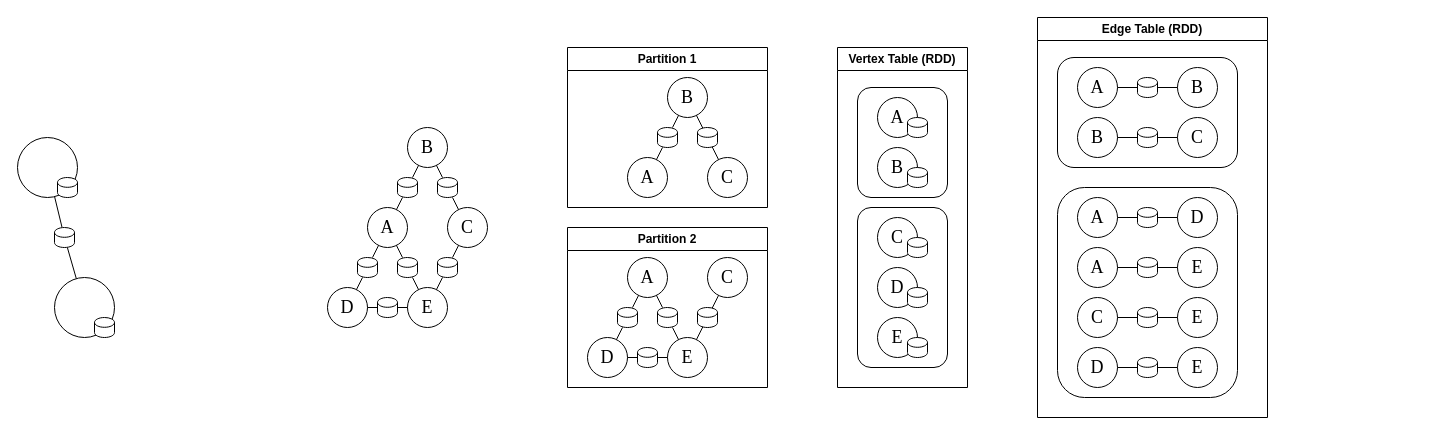
OneOverThree/PastryTest keeps this draw.io diagram as GraphProcessing.drawio. Above is the earlier version. Source tidied: cells renumbered, new cells numbered last; positions are measured from the earlier drawing's top-left corner, leaving out a move shared by most shapes. Both pictures are drawn from the tidied source at 100%, with x=0, y=0 at pixel (17, 17).
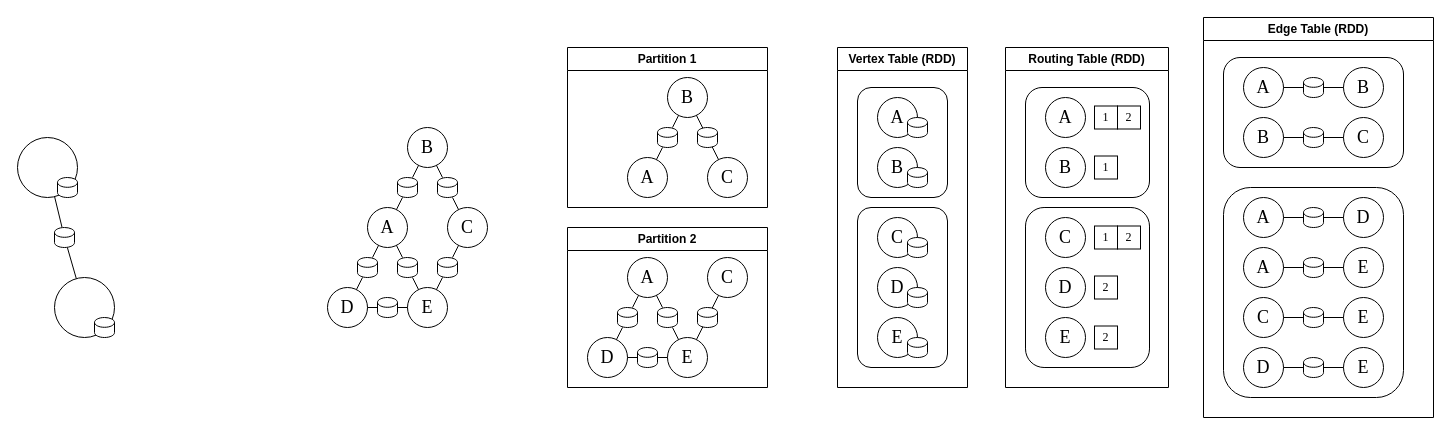
Above is the later version.

Diff of the diagram source:
```diff
@@
     <mxCell id="70" value="Edge Table (RDD)" style="swimlane;whiteSpace=wrap;html=1;" parent="1" vertex="1">
-      <mxGeometry x="1020" width="230" height="400" as="geometry" />
+      <mxGeometry x="1186" width="230" height="400" as="geometry" />
     </mxCell>
@@
+    <mxCell id="102" value="Routing Table (RDD)" style="swimlane;whiteSpace=wrap;html=1;" parent="1" vertex="1">
+      <mxGeometry x="988" y="30" width="163" height="340" as="geometry" />
+    </mxCell>
+    <mxCell id="103" style="rounded=1;whiteSpace=wrap;html=1;" parent="102" vertex="1">
+      <mxGeometry x="20" y="40" width="124" height="110" as="geometry" />
+    </mxCell>
+    <mxCell id="104" value="&lt;font style=&quot;font-size: 18px;&quot; face=&quot;Times New Roman&quot;&gt;A&lt;/font&gt;" style="ellipse;whiteSpace=wrap;html=1;" parent="102" vertex="1">
+      <mxGeometry x="40" y="50" width="40" height="40" as="geometry" />
+    </mxCell>
+    <mxCell id="105" value="&lt;font style=&quot;font-size: 18px;&quot; face=&quot;Times New Roman&quot;&gt;B&lt;/font&gt;" style="ellipse;whiteSpace=wrap;html=1;" parent="102" vertex="1">
+      <mxGeometry x="40" y="100" width="40" height="40" as="geometry" />
+    </mxCell>
+    <mxCell id="106" style="rounded=1;whiteSpace=wrap;html=1;" parent="102" vertex="1">
+      <mxGeometry x="20" y="160" width="124" height="160" as="geometry" />
+    </mxCell>
+    <mxCell id="107" value="&lt;font style=&quot;font-size: 18px;&quot; face=&quot;Times New Roman&quot;&gt;C&lt;/font&gt;" style="ellipse;whiteSpace=wrap;html=1;" parent="102" vertex="1">
+      <mxGeometry x="40" y="170" width="40" height="40" as="geometry" />
+    </mxCell>
+    <mxCell id="108" value="&lt;font style=&quot;font-size: 18px;&quot; face=&quot;Times New Roman&quot;&gt;D&lt;/font&gt;" style="ellipse;whiteSpace=wrap;html=1;" parent="102" vertex="1">
+      <mxGeometry x="40" y="220" width="40" height="40" as="geometry" />
+    </mxCell>
+    <mxCell id="109" value="&lt;font style=&quot;font-size: 18px;&quot; face=&quot;Times New Roman&quot;&gt;E&lt;/font&gt;" style="ellipse;whiteSpace=wrap;html=1;" parent="102" vertex="1">
+      <mxGeometry x="40" y="270" width="40" height="40" as="geometry" />
+    </mxCell>
+    <mxCell id="110" value="&lt;font face=&quot;Times New Roman&quot;&gt;1&lt;/font&gt;" style="rounded=0;whiteSpace=wrap;html=1;" parent="102" vertex="1">
+      <mxGeometry x="89" y="108.5" width="23" height="23" as="geometry" />
+    </mxCell>
+    <mxCell id="111" value="&lt;font face=&quot;Times New Roman&quot;&gt;1&lt;/font&gt;" style="rounded=0;whiteSpace=wrap;html=1;" parent="102" vertex="1">
+      <mxGeometry x="89" y="58.5" width="23" height="23" as="geometry" />
+    </mxCell>
+    <mxCell id="112" value="&lt;font face=&quot;Times New Roman&quot;&gt;2&lt;/font&gt;" style="rounded=0;whiteSpace=wrap;html=1;" parent="102" vertex="1">
+      <mxGeometry x="112" y="58.5" width="23" height="23" as="geometry" />
+    </mxCell>
+    <mxCell id="113" value="&lt;font face=&quot;Times New Roman&quot;&gt;2&lt;/font&gt;" style="rounded=0;whiteSpace=wrap;html=1;" parent="102" vertex="1">
+      <mxGeometry x="89" y="228.5" width="23" height="23" as="geometry" />
+    </mxCell>
+    <mxCell id="114" value="&lt;font face=&quot;Times New Roman&quot;&gt;2&lt;/font&gt;" style="rounded=0;whiteSpace=wrap;html=1;" parent="102" vertex="1">
+      <mxGeometry x="89" y="278.5" width="23" height="23" as="geometry" />
+    </mxCell>
+    <mxCell id="115" value="&lt;font face=&quot;Times New Roman&quot;&gt;1&lt;/font&gt;" style="rounded=0;whiteSpace=wrap;html=1;" parent="102" vertex="1">
+      <mxGeometry x="89" y="178.5" width="23" height="23" as="geometry" />
+    </mxCell>
+    <mxCell id="116" value="&lt;font face=&quot;Times New Roman&quot;&gt;2&lt;/font&gt;" style="rounded=0;whiteSpace=wrap;html=1;" parent="102" vertex="1">
+      <mxGeometry x="112" y="178.5" width="23" height="23" as="geometry" />
+    </mxCell>
```
